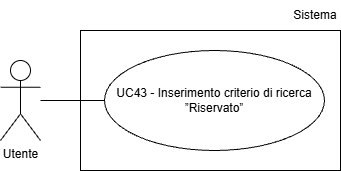
Earlier version of the draw.io export assets/Use_Case_Diagrams/UC43.png (Team-Three-Technologies/Documenti). Source tidied: cells renumbered, new cells last; positions are measured from the earlier drawing's top-left corner, leaving out a move shared by most shapes.
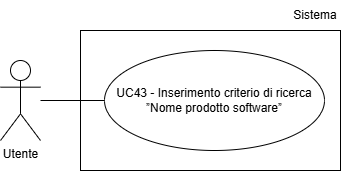
Above is the later version.

Diff of the diagram source:
```diff
@@ -5,14 +5,14 @@
     <mxCell id="2" value="Utente" style="shape=umlActor;verticalLabelPosition=bottom;verticalAlign=top;html=1;" parent="1" vertex="1">
       <mxGeometry y="60" width="40" height="80" as="geometry" />
     </mxCell>
-    <mxCell id="3" value="UC43 - Inserimento criterio di ricerca ”Riservato”" style="ellipse;whiteSpace=wrap;html=1;align=center;" parent="1" vertex="1">
-      <mxGeometry x="104" y="50" width="220" height="100" as="geometry" />
-    </mxCell>
-    <mxCell id="4" style="endArrow=none;html=1;rounded=0;entryX=0;entryY=0.5;entryDx=0;entryDy=0;" parent="1" edge="1" target="3">
-      <mxGeometry relative="1" as="geometry">
-        <mxPoint x="40" y="100" as="sourcePoint" />
-      </mxGeometry>
-    </mxCell>
+    <mxCell id="7" value="UC43 - Inserimento criterio di ricerca ”Nome prodotto software”" style="ellipse;whiteSpace=wrap;html=1;align=center;" parent="1" vertex="1">
+      <mxGeometry x="104" y="50" width="220" height="100" as="geometry" />
+    </mxCell>
+    <mxCell id="8" style="endArrow=none;html=1;rounded=0;entryX=0;entryY=0.5;entryDx=0;entryDy=0;" parent="1" edge="1" target="7">
+      <mxGeometry relative="1" as="geometry">
+        <mxPoint x="40" y="100" as="sourcePoint" />
+      </mxGeometry>
+    </mxCell>
     <mxCell id="5" style="rounded=0;whiteSpace=wrap;html=1;fillColor=none;" parent="1" vertex="1">
       <mxGeometry x="80" y="30" width="260" height="140" as="geometry" />
     </mxCell>
```
